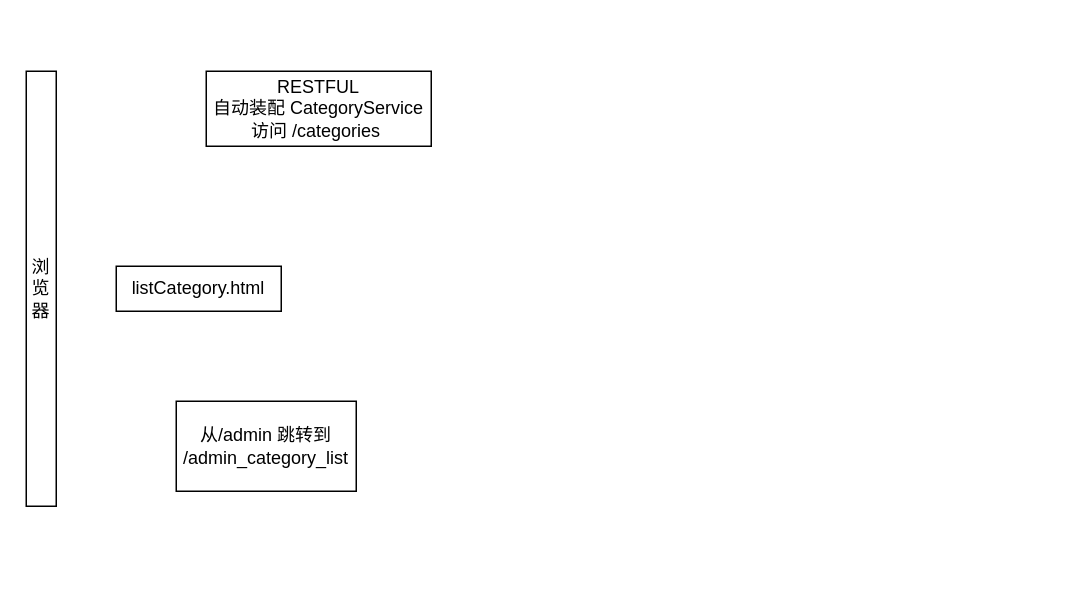
JYhola/test keeps this draw.io diagram as Untitled Diagram.drawio. Above is the earlier version. Source tidied: cells renumbered, new cells numbered last; positions are measured from the earlier drawing's top-left corner, leaving out a move shared by most shapes. Both pictures are drawn from the tidied source at 150%, with x=0, y=0 at pixel (26, 70).
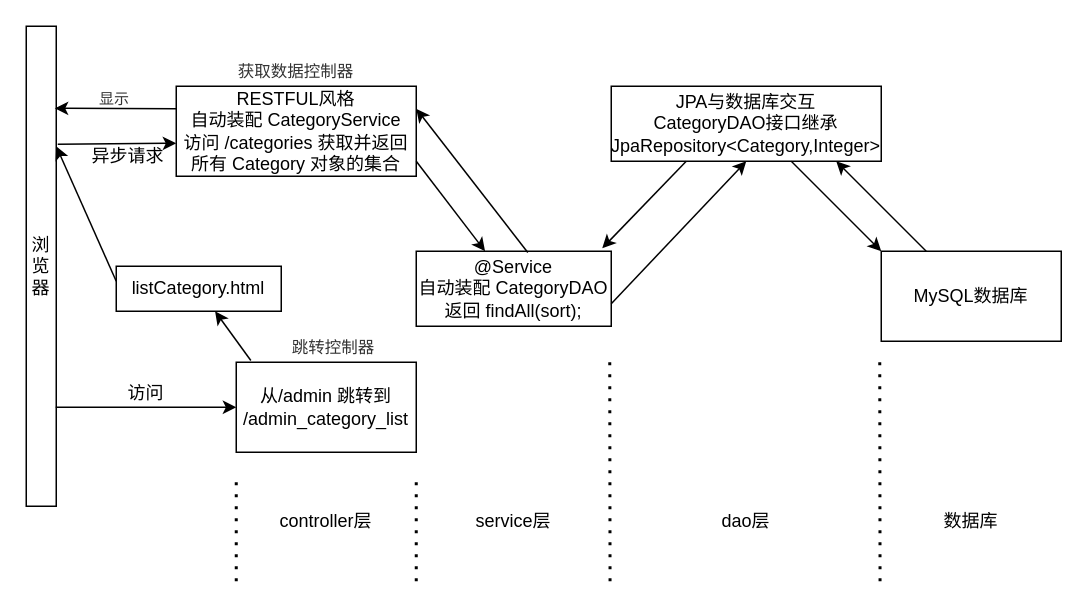
The same diagram, later.

The change refers to these unchanged cells:
```xml
<mxCell id="3" value="listCategory.html" style="rounded=0;whiteSpace=wrap;html=1;" parent="1" vertex="1">
  <mxGeometry x="60" y="130" width="110" height="30" as="geometry" />
</mxCell>
```

Change to the diagram source:
```diff
@@
     <mxCell id="2" value="浏览器" style="rounded=0;whiteSpace=wrap;html=1;" parent="1" vertex="1">
-      <mxGeometry width="20" height="290" as="geometry" />
+      <mxGeometry y="-30" width="20" height="320" as="geometry" />
     </mxCell>
@@
     <mxCell id="4" value="从/admin 跳转到&lt;br&gt;/admin_category_list" style="rounded=0;whiteSpace=wrap;html=1;" parent="1" vertex="1">
-      <mxGeometry x="100" y="220" width="120" height="60" as="geometry" />
+      <mxGeometry x="140" y="194" width="120" height="60" as="geometry" />
     </mxCell>
-    <mxCell id="5" value="RESTFUL&lt;br&gt;自动装配 CategoryService&lt;br&gt;访问 /categories&amp;nbsp;" style="rounded=0;whiteSpace=wrap;html=1;" parent="1" vertex="1">
-      <mxGeometry x="120" width="150" height="50" as="geometry" />
+    <mxCell id="5" value="RESTFUL风格&lt;br&gt;自动装配 CategoryService&lt;br&gt;访问 /categories 获取并返回所有 Category 对象的集合" style="rounded=0;whiteSpace=wrap;html=1;" parent="1" vertex="1">
+      <mxGeometry x="100" y="10" width="160" height="60" as="geometry" />
     </mxCell>
+    <mxCell id="6" value="@Service&lt;br&gt;自动装配 CategoryDAO&lt;br&gt;返回 findAll(sort);" style="rounded=0;whiteSpace=wrap;html=1;" parent="1" vertex="1">
+      <mxGeometry x="260" y="120" width="130" height="50" as="geometry" />
+    </mxCell>
+    <mxCell id="7" value="JPA与数据库交互&lt;br&gt;CategoryDAO接口继承&lt;br&gt;JpaRepository&amp;lt;Category,Integer&amp;gt;" style="rounded=0;whiteSpace=wrap;html=1;" parent="1" vertex="1">
+      <mxGeometry x="390" y="10" width="180" height="50" as="geometry" />
+    </mxCell>
+    <mxCell id="8" value="MySQL数据库" style="rounded=0;whiteSpace=wrap;html=1;" parent="1" vertex="1">
+      <mxGeometry x="570" y="120" width="120" height="60" as="geometry" />
+    </mxCell>
+    <mxCell id="9" style="endArrow=classic;html=1;entryX=0;entryY=0.5;entryDx=0;entryDy=0;exitX=0.983;exitY=0.794;exitDx=0;exitDy=0;exitPerimeter=0;" parent="1" edge="1" source="2" target="4">
+      <mxGeometry relative="1" as="geometry" />
+    </mxCell>
+    <mxCell id="10" value="访问" style="text;html=1;strokeColor=none;fillColor=none;align=center;verticalAlign=middle;whiteSpace=wrap;rounded=0;" parent="1" vertex="1">
+      <mxGeometry x="60" y="205" width="40" height="20" as="geometry" />
+    </mxCell>
+    <mxCell id="11" style="endArrow=classic;html=1;exitX=0.081;exitY=-0.019;exitDx=0;exitDy=0;exitPerimeter=0;" parent="1" edge="1" source="4" target="3">
+      <mxGeometry relative="1" as="geometry" />
+    </mxCell>
+    <mxCell id="12" style="endArrow=classic;html=1;entryX=1;entryY=0.25;entryDx=0;entryDy=0;" parent="1" edge="1" target="2">
+      <mxGeometry relative="1" as="geometry">
+        <mxPoint x="60" y="140" as="sourcePoint" />
+      </mxGeometry>
+    </mxCell>
+    <mxCell id="13" style="endArrow=classic;html=1;entryX=0;entryY=0.5;entryDx=0;entryDy=0;exitX=1.05;exitY=0.221;exitDx=0;exitDy=0;exitPerimeter=0;" parent="1" edge="1">
+      <mxGeometry relative="1" as="geometry">
+        <mxPoint x="21" y="48.7" as="sourcePoint" />
+        <mxPoint x="100" y="48" as="targetPoint" />
+      </mxGeometry>
+    </mxCell>
+    <mxCell id="14" style="endArrow=classic;html=1;" parent="1" edge="1" target="6">
+      <mxGeometry relative="1" as="geometry">
+        <mxPoint x="260" y="60" as="sourcePoint" />
+      </mxGeometry>
+    </mxCell>
+    <mxCell id="15" style="endArrow=classic;html=1;entryX=0.5;entryY=1;entryDx=0;entryDy=0;" parent="1" edge="1" target="7">
+      <mxGeometry relative="1" as="geometry">
+        <mxPoint x="390" y="155" as="sourcePoint" />
+      </mxGeometry>
+    </mxCell>
+    <mxCell id="16" style="endArrow=classic;html=1;" parent="1" edge="1">
+      <mxGeometry relative="1" as="geometry">
+        <mxPoint x="510" y="60" as="sourcePoint" />
+        <mxPoint x="570" y="120" as="targetPoint" />
+      </mxGeometry>
+    </mxCell>
+    <mxCell id="17" style="endArrow=classic;html=1;" parent="1" edge="1">
+      <mxGeometry relative="1" as="geometry">
+        <mxPoint x="600" y="120" as="sourcePoint" />
+        <mxPoint x="540" y="60" as="targetPoint" />
+      </mxGeometry>
+    </mxCell>
+    <mxCell id="18" style="endArrow=classic;html=1;" parent="1" edge="1">
+      <mxGeometry relative="1" as="geometry">
+        <mxPoint x="440" y="60" as="sourcePoint" />
+        <mxPoint x="384" y="118" as="targetPoint" />
+      </mxGeometry>
+    </mxCell>
+    <mxCell id="19" style="endArrow=classic;html=1;entryX=1;entryY=0.25;entryDx=0;entryDy=0;exitX=0.572;exitY=0.017;exitDx=0;exitDy=0;exitPerimeter=0;" parent="1" edge="1" source="6" target="5">
+      <mxGeometry relative="1" as="geometry" />
+    </mxCell>
+    <mxCell id="20" style="endArrow=classic;html=1;entryX=0.95;entryY=0.171;entryDx=0;entryDy=0;entryPerimeter=0;exitX=0;exitY=0.25;exitDx=0;exitDy=0;" parent="1" edge="1" source="5" target="2">
+      <mxGeometry relative="1" as="geometry" />
+    </mxCell>
+    <mxCell id="21" value="异步请求" style="text;html=1;strokeColor=none;fillColor=none;align=center;verticalAlign=middle;whiteSpace=wrap;rounded=0;" parent="1" vertex="1">
+      <mxGeometry x="39" y="47" width="58" height="20" as="geometry" />
+    </mxCell>
+    <mxCell id="22" style="endArrow=none;dashed=1;html=1;dashPattern=1 3;strokeWidth=2;" parent="1" edge="1">
+      <mxGeometry relative="1" as="geometry">
+        <mxPoint x="260" y="340" as="sourcePoint" />
+        <mxPoint x="260" y="270" as="targetPoint" />
+      </mxGeometry>
+    </mxCell>
+    <mxCell id="23" style="endArrow=none;dashed=1;html=1;dashPattern=1 3;strokeWidth=2;" parent="1" edge="1">
+      <mxGeometry relative="1" as="geometry">
+        <mxPoint x="140" y="340" as="sourcePoint" />
+        <mxPoint x="140" y="270" as="targetPoint" />
+      </mxGeometry>
+    </mxCell>
+    <mxCell id="24" style="endArrow=none;dashed=1;html=1;dashPattern=1 3;strokeWidth=2;" parent="1" edge="1">
+      <mxGeometry relative="1" as="geometry">
+        <mxPoint x="389.2" y="340" as="sourcePoint" />
+        <mxPoint x="389" y="192" as="targetPoint" />
+      </mxGeometry>
+    </mxCell>
+    <mxCell id="25" style="endArrow=none;dashed=1;html=1;dashPattern=1 3;strokeWidth=2;" parent="1" edge="1">
+      <mxGeometry relative="1" as="geometry">
+        <mxPoint x="569.2" y="340" as="sourcePoint" />
+        <mxPoint x="569" y="192" as="targetPoint" />
+      </mxGeometry>
+    </mxCell>
+    <mxCell id="26" value="controller层" style="text;html=1;strokeColor=none;fillColor=none;align=center;verticalAlign=middle;whiteSpace=wrap;rounded=0;shadow=0;" parent="1" vertex="1">
+      <mxGeometry x="165" y="290" width="70" height="20" as="geometry" />
+    </mxCell>
+    <mxCell id="27" value="service层" style="text;html=1;strokeColor=none;fillColor=none;align=center;verticalAlign=middle;whiteSpace=wrap;rounded=0;" parent="1" vertex="1">
+      <mxGeometry x="290" y="290" width="70" height="20" as="geometry" />
+    </mxCell>
+    <mxCell id="28" value="dao层" style="text;html=1;strokeColor=none;fillColor=none;align=center;verticalAlign=middle;whiteSpace=wrap;rounded=0;" parent="1" vertex="1">
+      <mxGeometry x="445" y="290" width="70" height="20" as="geometry" />
+    </mxCell>
+    <mxCell id="29" value="数据库" style="text;html=1;strokeColor=none;fillColor=none;align=center;verticalAlign=middle;whiteSpace=wrap;rounded=0;" parent="1" vertex="1">
+      <mxGeometry x="595" y="290" width="70" height="20" as="geometry" />
+    </mxCell>
+    <mxCell id="30" value="&lt;font style=&quot;font-size: 11px&quot;&gt;跳转控制器&lt;/font&gt;" style="text;html=1;strokeColor=none;fillColor=none;align=center;verticalAlign=middle;whiteSpace=wrap;rounded=0;shadow=0;fontColor=#333333;fontSize=10;" parent="1" vertex="1">
+      <mxGeometry x="170" y="174" width="70" height="20" as="geometry" />
+    </mxCell>
+    <mxCell id="31" value="&lt;font style=&quot;font-size: 11px&quot;&gt;获取数据控制器&lt;/font&gt;" style="text;html=1;strokeColor=none;fillColor=none;align=center;verticalAlign=middle;whiteSpace=wrap;rounded=0;shadow=0;fontColor=#333333;fontSize=10;" parent="1" vertex="1">
+      <mxGeometry x="96" y="-10" width="168" height="20" as="geometry" />
+    </mxCell>
+    <mxCell id="32" value="显示" style="text;html=1;strokeColor=none;fillColor=none;align=center;verticalAlign=middle;whiteSpace=wrap;rounded=0;shadow=0;fontSize=10;fontColor=#333333;" parent="1" vertex="1">
+      <mxGeometry x="39" y="8" width="40" height="20" as="geometry" />
+    </mxCell>
```
